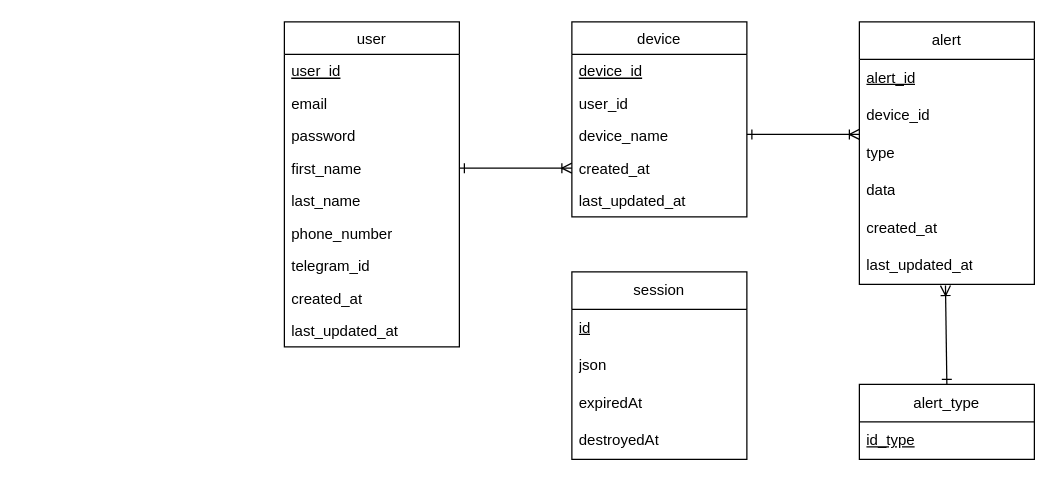
Above: backend/diagrams/db.drawio in darkvictor13/Alert-Monitoring-System (draw.io), before the change. Source tidied: cells renumbered, new cells numbered last; positions are measured from the earlier drawing's top-left corner, leaving out a move shared by most shapes. Both pictures are drawn from the tidied source at 125%, with x=0, y=0 at pixel (284, 21).
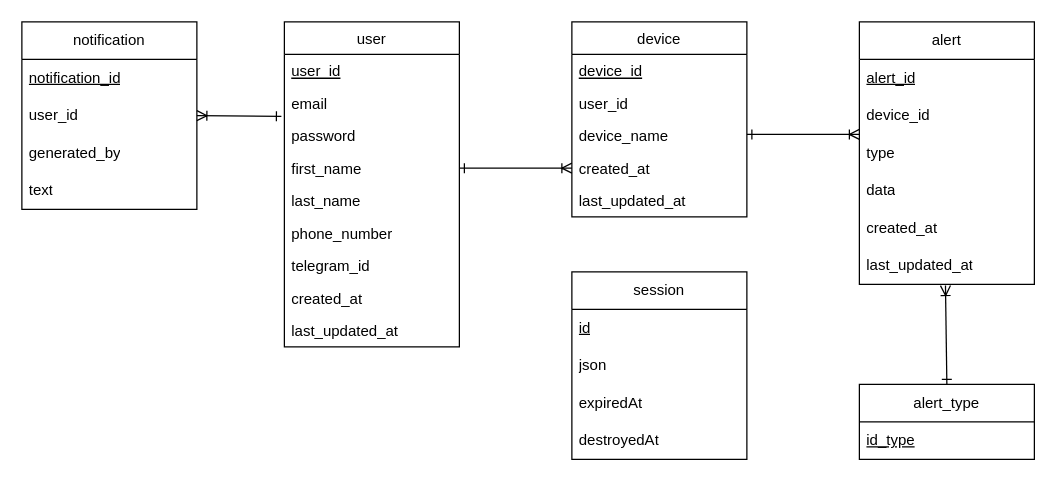
After the change.

Unchanged cells that the change refers to:
```xml
<mxCell id="5" value="password" style="text;strokeColor=none;fillColor=none;align=left;verticalAlign=top;spacingLeft=4;spacingRight=4;overflow=hidden;points=[[0,0.5],[1,0.5]];portConstraint=eastwest;" parent="2" vertex="1">
  <mxGeometry y="78" width="140" height="26" as="geometry" />
</mxCell>
```

What changed in the source:
```diff
@@
+    <mxCell id="35" value="notification" style="swimlane;fontStyle=0;horizontal=1;startSize=30;whiteSpace=wrap;html=1;" parent="1" vertex="1">
+      <mxGeometry x="-210" width="140" height="150" as="geometry" />
+    </mxCell>
+    <mxCell id="36" value="&lt;span style=&quot;text-align: center;&quot;&gt;notification_id&lt;/span&gt;" style="text;strokeColor=none;fillColor=none;align=left;verticalAlign=middle;spacingLeft=4;spacingRight=4;overflow=hidden;whiteSpace=wrap;html=1;fontStyle=4;" parent="35" vertex="1">
+      <mxGeometry y="30" width="140" height="30" as="geometry" />
+    </mxCell>
+    <mxCell id="37" value="&lt;div style=&quot;text-align: center;&quot;&gt;&lt;span style=&quot;background-color: initial;&quot;&gt;user_id&lt;/span&gt;&lt;/div&gt;" style="text;strokeColor=none;fillColor=none;align=left;verticalAlign=middle;spacingLeft=4;spacingRight=4;overflow=hidden;points=[[0,0.5],[1,0.5]];portConstraint=eastwest;whiteSpace=wrap;html=1;fontStyle=0;" parent="35" vertex="1">
+      <mxGeometry y="60" width="140" height="30" as="geometry" />
+    </mxCell>
+    <mxCell id="38" value="&lt;span style=&quot;text-align: center;&quot;&gt;generated_by&lt;/span&gt;" style="text;strokeColor=none;fillColor=none;align=left;verticalAlign=middle;spacingLeft=4;spacingRight=4;overflow=hidden;whiteSpace=wrap;html=1;fontStyle=0;" parent="35" vertex="1">
+      <mxGeometry y="90" width="140" height="30" as="geometry" />
+    </mxCell>
+    <mxCell id="39" value="&lt;span style=&quot;text-align: center;&quot;&gt;text&lt;/span&gt;" style="text;strokeColor=none;fillColor=none;align=left;verticalAlign=middle;spacingLeft=4;spacingRight=4;overflow=hidden;whiteSpace=wrap;html=1;fontStyle=0;" parent="35" vertex="1">
+      <mxGeometry y="120" width="140" height="30" as="geometry" />
+    </mxCell>
+    <mxCell id="40" style="edgeStyle=none;html=1;endArrow=ERoneToMany;endFill=0;startArrow=ERone;startFill=0;exitX=-0.017;exitY=-0.095;exitDx=0;exitDy=0;entryX=1;entryY=0.5;entryDx=0;entryDy=0;exitPerimeter=0;" parent="1" edge="1" source="5" target="37">
+      <mxGeometry relative="1" as="geometry" />
+    </mxCell>
```
